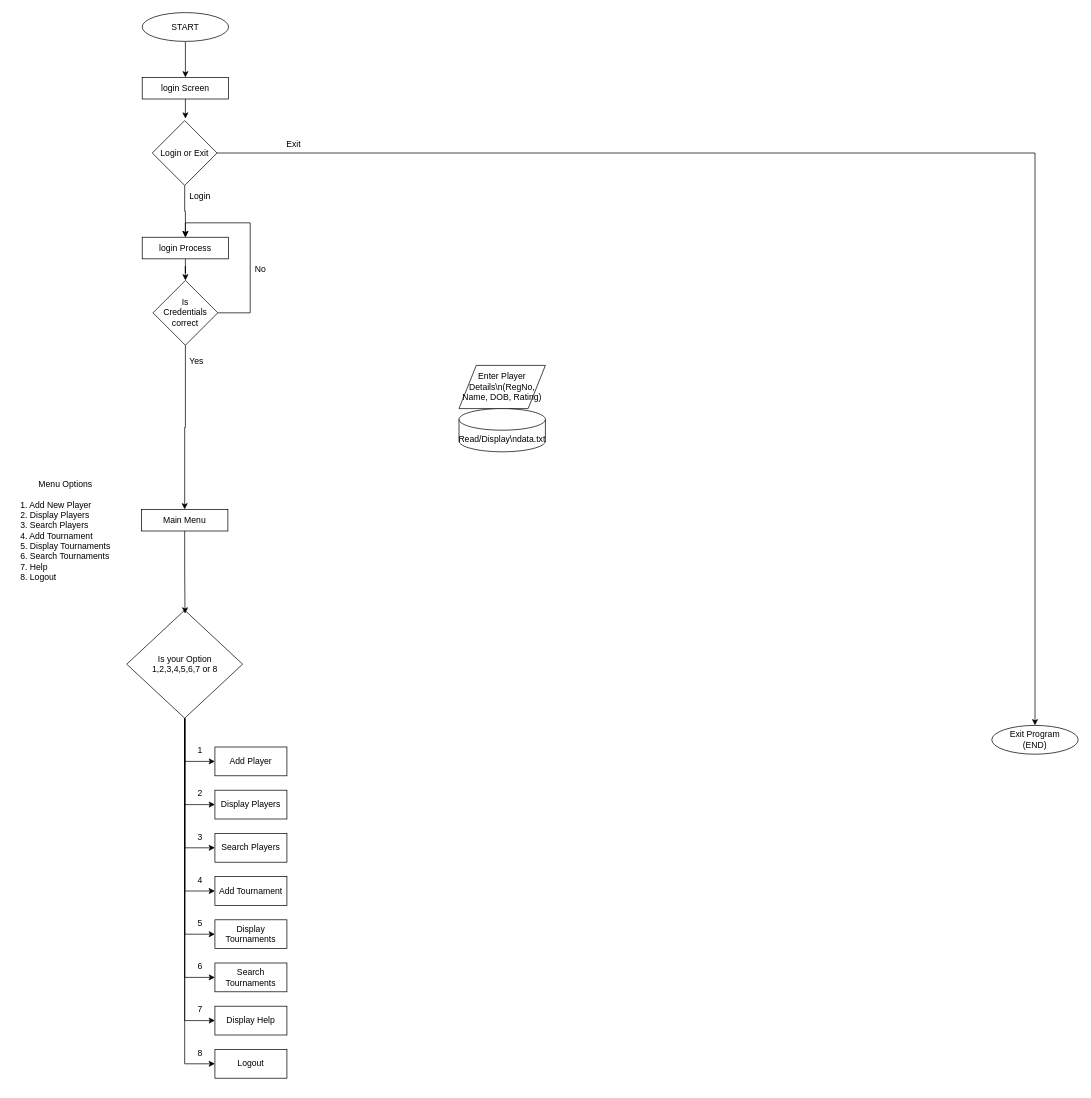
Before: javaChessAcademy.drawio in Anuja-jayasinghe/DrawIo_Projects, a draw.io diagram. Source tidied: cells renumbered, new cells numbered last; positions are measured from the earlier drawing's top-left corner, leaving out a move shared by most shapes. Both pictures are drawn from the tidied source at 72%, with x=0, y=0 at pixel (18, 12).
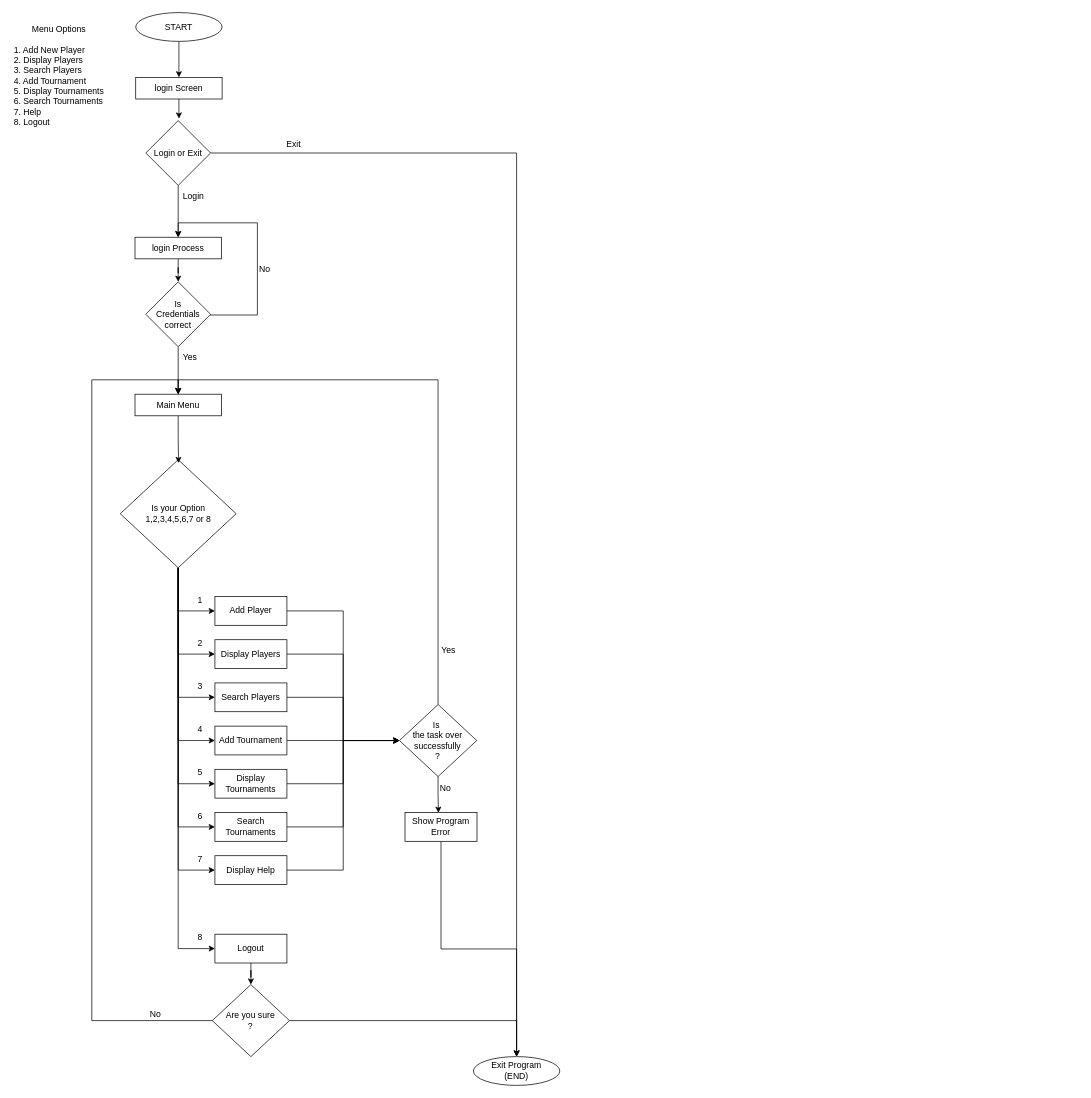
The same page after the edit.

The edit, as a diff of the source:
```diff
@@
     <mxCell id="3" value="START" style="ellipse;whiteSpace=wrap;html=1;" parent="1" vertex="1">
-      <mxGeometry x="172" width="120" height="40" as="geometry" />
+      <mxGeometry x="163" width="120" height="40" as="geometry" />
     </mxCell>
     <mxCell id="4" value="login Screen" style="rounded=0;whiteSpace=wrap;html=1;" parent="1" vertex="1">
-      <mxGeometry x="172" y="90" width="120" height="30" as="geometry" />
+      <mxGeometry x="163" y="90" width="120" height="30" as="geometry" />
     </mxCell>
@@
     <mxCell id="7" value="Login or Exit" style="rhombus;whiteSpace=wrap;html=1;" parent="1" vertex="1">
-      <mxGeometry x="186" y="150" width="90" height="90" as="geometry" />
+      <mxGeometry x="177" y="150" width="90" height="90" as="geometry" />
     </mxCell>
     <mxCell id="8" value="Exit Program&lt;div&gt;(END)&lt;/div&gt;" style="ellipse;whiteSpace=wrap;html=1;" parent="1" vertex="1">
-      <mxGeometry x="1352" y="990" width="120" height="40" as="geometry" />
+      <mxGeometry x="632" y="1450" width="120" height="40" as="geometry" />
     </mxCell>
@@
     <mxCell id="12" value="login Process" style="rounded=0;whiteSpace=wrap;html=1;" parent="1" vertex="1">
-      <mxGeometry x="172" y="312" width="120" height="30" as="geometry" />
+      <mxGeometry x="162" y="312" width="120" height="30" as="geometry" />
     </mxCell>
     <mxCell id="13" style="edgeStyle=orthogonalEdgeStyle;rounded=0;jettySize=auto;html=1;entryX=0.5;entryY=0;entryDx=0;entryDy=0;" parent="1" edge="1" source="15" target="12">
       <mxGeometry relative="1" as="geometry">
         <Array as="points">
-          <mxPoint x="322" y="417" />
-          <mxPoint x="322" y="292" />
-          <mxPoint x="232" y="292" />
+          <mxPoint x="332" y="420" />
+          <mxPoint x="332" y="292" />
+          <mxPoint x="222" y="292" />
         </Array>
       </mxGeometry>
     </mxCell>
-    <mxCell id="14" style="edgeStyle=orthogonalEdgeStyle;rounded=0;jettySize=auto;html=1;" parent="1" edge="1" source="15" target="19">
+    <mxCell id="14" style="edgeStyle=orthogonalEdgeStyle;rounded=0;jettySize=auto;html=1;entryX=0.5;entryY=0;entryDx=0;entryDy=0;" parent="1" edge="1" source="15" target="19">
       <mxGeometry relative="1" as="geometry" />
     </mxCell>
     <mxCell id="15" value="Is&lt;div&gt;Credentials&lt;/div&gt;&lt;div&gt;correct&lt;/div&gt;" style="rhombus;whiteSpace=wrap;html=1;" parent="1" vertex="1">
-      <mxGeometry x="187" y="372" width="90" height="90" as="geometry" />
+      <mxGeometry x="177" y="374" width="90" height="90" as="geometry" />
     </mxCell>
     <mxCell id="16" value="No" style="text;html=1;align=center;verticalAlign=middle;strokeColor=none;fillColor=none;" parent="1" vertex="1">
-      <mxGeometry x="316" y="342" width="40" height="30" as="geometry" />
+      <mxGeometry x="322" y="342" width="40" height="30" as="geometry" />
     </mxCell>
     <mxCell id="17" value="Login" style="text;html=1;align=center;verticalAlign=middle;strokeColor=none;fillColor=none;" parent="1" vertex="1">
-      <mxGeometry x="227" y="240" width="50" height="30" as="geometry" />
+      <mxGeometry x="218" y="240" width="50" height="30" as="geometry" />
     </mxCell>
     <mxCell id="18" value="Yes" style="text;html=1;align=center;verticalAlign=middle;strokeColor=none;fillColor=none;" parent="1" vertex="1">
-      <mxGeometry x="227" y="470" width="40" height="30" as="geometry" />
+      <mxGeometry x="218" y="464" width="40" height="30" as="geometry" />
     </mxCell>
     <mxCell id="19" value="Main Menu" style="rounded=0;whiteSpace=wrap;html=1;" parent="1" vertex="1">
-      <mxGeometry x="171" y="690" width="120" height="30" as="geometry" />
+      <mxGeometry x="162" y="530" width="120" height="30" as="geometry" />
     </mxCell>
@@
     <mxCell id="28" value="&lt;div&gt;Is your Option&lt;/div&gt;1,2,3,4,5,6,7 or 8" style="rhombus;whiteSpace=wrap;html=1;" parent="1" vertex="1">
-      <mxGeometry x="150.5" y="830" width="161" height="150" as="geometry" />
+      <mxGeometry x="141.5" y="621" width="161" height="150" as="geometry" />
     </mxCell>
@@
     <mxCell id="30" value="&lt;div style=&quot;text-align: center;&quot;&gt;Menu Options&lt;/div&gt;&lt;div&gt;&lt;br&gt;&lt;/div&gt;&lt;div&gt;1. Add New Player&lt;/div&gt;&lt;div&gt;2. Display Players&lt;/div&gt;&lt;div&gt;3. Search Players&lt;/div&gt;&lt;div&gt;4. Add Tournament&lt;/div&gt;&lt;div&gt;&lt;span style=&quot;background-color: transparent; color: light-dark(rgb(0, 0, 0), rgb(255, 255, 255));&quot;&gt;5. Display Tournaments&lt;/span&gt;&lt;/div&gt;&lt;div&gt;6. Search Tournaments&lt;/div&gt;&lt;div&gt;&lt;span style=&quot;background-color: transparent; color: light-dark(rgb(0, 0, 0), rgb(255, 255, 255));&quot;&gt;7. Help&lt;/span&gt;&lt;/div&gt;&lt;div style=&quot;&quot;&gt;8. Logout&lt;/div&gt;" style="text;html=1;align=left;verticalAlign=middle;strokeColor=none;fillColor=none;" parent="1" vertex="1">
-      <mxGeometry x="0.5" y="640" width="150" height="160" as="geometry" />
+      <mxGeometry x="-8.5" y="8" width="150" height="160" as="geometry" />
     </mxCell>
+    <mxCell id="49" style="edgeStyle=orthogonalEdgeStyle;rounded=0;jettySize=auto;html=1;entryX=0;entryY=0.5;entryDx=0;entryDy=0;" parent="1" edge="1" source="31" target="58">
+      <mxGeometry relative="1" as="geometry" />
+    </mxCell>
     <mxCell id="31" value="Add Player" style="rounded=0;whiteSpace=wrap;html=1;" parent="1" vertex="1">
-      <mxGeometry x="273" y="1020" width="100" height="40" as="geometry" />
+      <mxGeometry x="273" y="811" width="100" height="40" as="geometry" />
     </mxCell>
+    <mxCell id="50" style="edgeStyle=orthogonalEdgeStyle;rounded=0;jettySize=auto;html=1;entryX=0;entryY=0.5;entryDx=0;entryDy=0;" parent="1" edge="1" source="32" target="58">
+      <mxGeometry relative="1" as="geometry" />
+    </mxCell>
     <mxCell id="32" value="Display Players" style="rounded=0;whiteSpace=wrap;html=1;" parent="1" vertex="1">
-      <mxGeometry x="273" y="1080" width="100" height="40" as="geometry" />
+      <mxGeometry x="273" y="871" width="100" height="40" as="geometry" />
     </mxCell>
+    <mxCell id="51" style="edgeStyle=orthogonalEdgeStyle;rounded=0;jettySize=auto;html=1;entryX=0;entryY=0.5;entryDx=0;entryDy=0;" parent="1" edge="1" source="33" target="58">
+      <mxGeometry relative="1" as="geometry" />
+    </mxCell>
     <mxCell id="33" value="Search Players" style="rounded=0;whiteSpace=wrap;html=1;" parent="1" vertex="1">
-      <mxGeometry x="273" y="1140" width="100" height="40" as="geometry" />
+      <mxGeometry x="273" y="931" width="100" height="40" as="geometry" />
     </mxCell>
+    <mxCell id="52" style="edgeStyle=orthogonalEdgeStyle;rounded=0;jettySize=auto;html=1;entryX=0;entryY=0.5;entryDx=0;entryDy=0;" parent="1" edge="1" source="34" target="58">
+      <mxGeometry relative="1" as="geometry" />
+    </mxCell>
     <mxCell id="34" value="Add Tournament" style="rounded=0;whiteSpace=wrap;html=1;" parent="1" vertex="1">
-      <mxGeometry x="273" y="1200" width="100" height="40" as="geometry" />
+      <mxGeometry x="273" y="991" width="100" height="40" as="geometry" />
     </mxCell>
+    <mxCell id="53" style="edgeStyle=orthogonalEdgeStyle;rounded=0;jettySize=auto;html=1;entryX=0;entryY=0.5;entryDx=0;entryDy=0;" parent="1" edge="1" source="35" target="58">
+      <mxGeometry relative="1" as="geometry" />
+    </mxCell>
     <mxCell id="35" value="Display Tournaments" style="rounded=0;whiteSpace=wrap;html=1;" parent="1" vertex="1">
-      <mxGeometry x="273" y="1260" width="100" height="40" as="geometry" />
+      <mxGeometry x="273" y="1051" width="100" height="40" as="geometry" />
     </mxCell>
+    <mxCell id="54" style="edgeStyle=orthogonalEdgeStyle;rounded=0;jettySize=auto;html=1;entryX=0;entryY=0.5;entryDx=0;entryDy=0;" parent="1" edge="1" source="36" target="58">
+      <mxGeometry relative="1" as="geometry" />
+    </mxCell>
     <mxCell id="36" value="Search Tournaments" style="rounded=0;whiteSpace=wrap;html=1;" parent="1" vertex="1">
-      <mxGeometry x="273" y="1320" width="100" height="40" as="geometry" />
+      <mxGeometry x="273" y="1111" width="100" height="40" as="geometry" />
     </mxCell>
+    <mxCell id="55" style="edgeStyle=orthogonalEdgeStyle;rounded=0;jettySize=auto;html=1;entryX=0;entryY=0.5;entryDx=0;entryDy=0;" parent="1" edge="1" source="37" target="58">
+      <mxGeometry relative="1" as="geometry" />
+    </mxCell>
     <mxCell id="37" value="Display Help" style="rounded=0;whiteSpace=wrap;html=1;" parent="1" vertex="1">
-      <mxGeometry x="273" y="1380" width="100" height="40" as="geometry" />
+      <mxGeometry x="273" y="1171" width="100" height="40" as="geometry" />
     </mxCell>
-    <mxCell id="38" value="Enter Player Details\n(RegNo, Name, DOB, Rating)" style="shape=parallelogram;perimeter=parallelogramPerimeter;whiteSpace=wrap;html=1;" parent="1" vertex="1">
-      <mxGeometry x="612" y="490" width="120" height="60" as="geometry" />
-    </mxCell>
-    <mxCell id="39" value="Read/Display\ndata.txt" style="shape=cylinder3;whiteSpace=wrap;html=1;boundedLbl=1;" parent="1" vertex="1">
-      <mxGeometry x="612" y="550" width="120" height="60" as="geometry" />
-    </mxCell>
+    <mxCell id="56" style="edgeStyle=orthogonalEdgeStyle;rounded=0;jettySize=auto;html=1;entryX=0.5;entryY=0;entryDx=0;entryDy=0;" parent="1" edge="1" source="40" target="66">
+      <mxGeometry relative="1" as="geometry" />
+    </mxCell>
     <mxCell id="40" value="Logout" style="rounded=0;whiteSpace=wrap;html=1;" parent="1" vertex="1">
-      <mxGeometry x="273" y="1440" width="100" height="40" as="geometry" />
+      <mxGeometry x="273" y="1280" width="100" height="40" as="geometry" />
     </mxCell>
     <mxCell id="41" value="1" style="text;html=1;align=center;verticalAlign=middle;strokeColor=none;fillColor=none;" parent="1" vertex="1">
-      <mxGeometry x="237" y="1010" width="30" height="30" as="geometry" />
+      <mxGeometry x="237" y="801" width="30" height="30" as="geometry" />
     </mxCell>
     <mxCell id="42" value="2" style="text;html=1;align=center;verticalAlign=middle;strokeColor=none;fillColor=none;" parent="1" vertex="1">
-      <mxGeometry x="237" y="1070" width="30" height="30" as="geometry" />
+      <mxGeometry x="237" y="861" width="30" height="30" as="geometry" />
     </mxCell>
     <mxCell id="43" value="3" style="text;html=1;align=center;verticalAlign=middle;strokeColor=none;fillColor=none;" parent="1" vertex="1">
-      <mxGeometry x="237" y="1130" width="30" height="30" as="geometry" />
+      <mxGeometry x="237" y="921" width="30" height="30" as="geometry" />
     </mxCell>
     <mxCell id="44" value="4" style="text;html=1;align=center;verticalAlign=middle;strokeColor=none;fillColor=none;" parent="1" vertex="1">
-      <mxGeometry x="237" y="1190" width="30" height="30" as="geometry" />
+      <mxGeometry x="237" y="981" width="30" height="30" as="geometry" />
     </mxCell>
     <mxCell id="45" value="5" style="text;html=1;align=center;verticalAlign=middle;strokeColor=none;fillColor=none;" parent="1" vertex="1">
-      <mxGeometry x="237" y="1250" width="30" height="30" as="geometry" />
+      <mxGeometry x="237" y="1041" width="30" height="30" as="geometry" />
     </mxCell>
     <mxCell id="46" value="6" style="text;html=1;align=center;verticalAlign=middle;strokeColor=none;fillColor=none;" parent="1" vertex="1">
-      <mxGeometry x="237" y="1310" width="30" height="30" as="geometry" />
+      <mxGeometry x="237" y="1101" width="30" height="30" as="geometry" />
     </mxCell>
     <mxCell id="47" value="7" style="text;html=1;align=center;verticalAlign=middle;strokeColor=none;fillColor=none;" parent="1" vertex="1">
-      <mxGeometry x="237" y="1370" width="30" height="30" as="geometry" />
+      <mxGeometry x="237" y="1161" width="30" height="30" as="geometry" />
     </mxCell>
     <mxCell id="48" value="8" style="text;html=1;align=center;verticalAlign=middle;strokeColor=none;fillColor=none;" parent="1" vertex="1">
-      <mxGeometry x="237" y="1430" width="30" height="30" as="geometry" />
+      <mxGeometry x="237" y="1270" width="30" height="30" as="geometry" />
     </mxCell>
+    <mxCell id="57" style="edgeStyle=orthogonalEdgeStyle;rounded=0;jettySize=auto;html=1;entryX=0.5;entryY=0;entryDx=0;entryDy=0;" parent="1" edge="1" source="58" target="19">
+      <mxGeometry relative="1" as="geometry">
+        <Array as="points">
+          <mxPoint x="583" y="510" />
+          <mxPoint x="222" y="510" />
+        </Array>
+      </mxGeometry>
+    </mxCell>
+    <mxCell id="58" value="&lt;div&gt;Is&amp;nbsp;&lt;/div&gt;&lt;div&gt;the task over&lt;/div&gt;&lt;div&gt;successfully&lt;/div&gt;&lt;div&gt;&lt;span style=&quot;background-color: transparent; color: light-dark(rgb(0, 0, 0), rgb(255, 255, 255));&quot;&gt;?&lt;/span&gt;&lt;/div&gt;" style="rhombus;whiteSpace=wrap;html=1;align=center;" parent="1" vertex="1">
+      <mxGeometry x="529.3" y="961" width="107.3" height="100" as="geometry" />
+    </mxCell>
+    <mxCell id="59" style="edgeStyle=orthogonalEdgeStyle;rounded=0;jettySize=auto;html=1;entryX=0.5;entryY=0;entryDx=0;entryDy=0;" parent="1" edge="1" source="60" target="8">
+      <mxGeometry relative="1" as="geometry" />
+    </mxCell>
+    <mxCell id="60" value="Show Program Error" style="rounded=0;whiteSpace=wrap;html=1;" parent="1" vertex="1">
+      <mxGeometry x="537" y="1111" width="100" height="40" as="geometry" />
+    </mxCell>
+    <mxCell id="61" style="edgeStyle=orthogonalEdgeStyle;rounded=0;jettySize=auto;html=1;entryX=0.464;entryY=0.011;entryDx=0;entryDy=0;entryPerimeter=0;" parent="1" edge="1" source="58" target="60">
+      <mxGeometry relative="1" as="geometry" />
+    </mxCell>
+    <mxCell id="62" value="No" style="text;html=1;align=center;verticalAlign=middle;strokeColor=none;fillColor=none;" parent="1" vertex="1">
+      <mxGeometry x="573" y="1062" width="40" height="30" as="geometry" />
+    </mxCell>
+    <mxCell id="63" value="Yes" style="text;html=1;align=center;verticalAlign=middle;strokeColor=none;fillColor=none;" parent="1" vertex="1">
+      <mxGeometry x="577" y="871" width="40" height="30" as="geometry" />
+    </mxCell>
+    <mxCell id="64" style="edgeStyle=orthogonalEdgeStyle;rounded=0;jettySize=auto;html=1;entryX=0.5;entryY=0;entryDx=0;entryDy=0;" parent="1" edge="1" source="66" target="8">
+      <mxGeometry relative="1" as="geometry" />
+    </mxCell>
+    <mxCell id="65" style="edgeStyle=orthogonalEdgeStyle;rounded=0;jettySize=auto;html=1;entryX=0.5;entryY=0;entryDx=0;entryDy=0;" parent="1" edge="1" source="66" target="19">
+      <mxGeometry relative="1" as="geometry">
+        <Array as="points">
+          <mxPoint x="102" y="1400" />
+          <mxPoint x="102" y="510" />
+          <mxPoint x="222" y="510" />
+        </Array>
+      </mxGeometry>
+    </mxCell>
+    <mxCell id="66" value="&lt;div&gt;Are you sure&lt;/div&gt;&lt;div&gt;?&lt;/div&gt;" style="rhombus;whiteSpace=wrap;html=1;align=center;" parent="1" vertex="1">
+      <mxGeometry x="269.3" y="1350" width="107.3" height="100" as="geometry" />
+    </mxCell>
+    <mxCell id="67" value="No" style="text;html=1;align=center;verticalAlign=middle;strokeColor=none;fillColor=none;" parent="1" vertex="1">
+      <mxGeometry x="170" y="1376" width="40" height="30" as="geometry" />
+    </mxCell>
```
